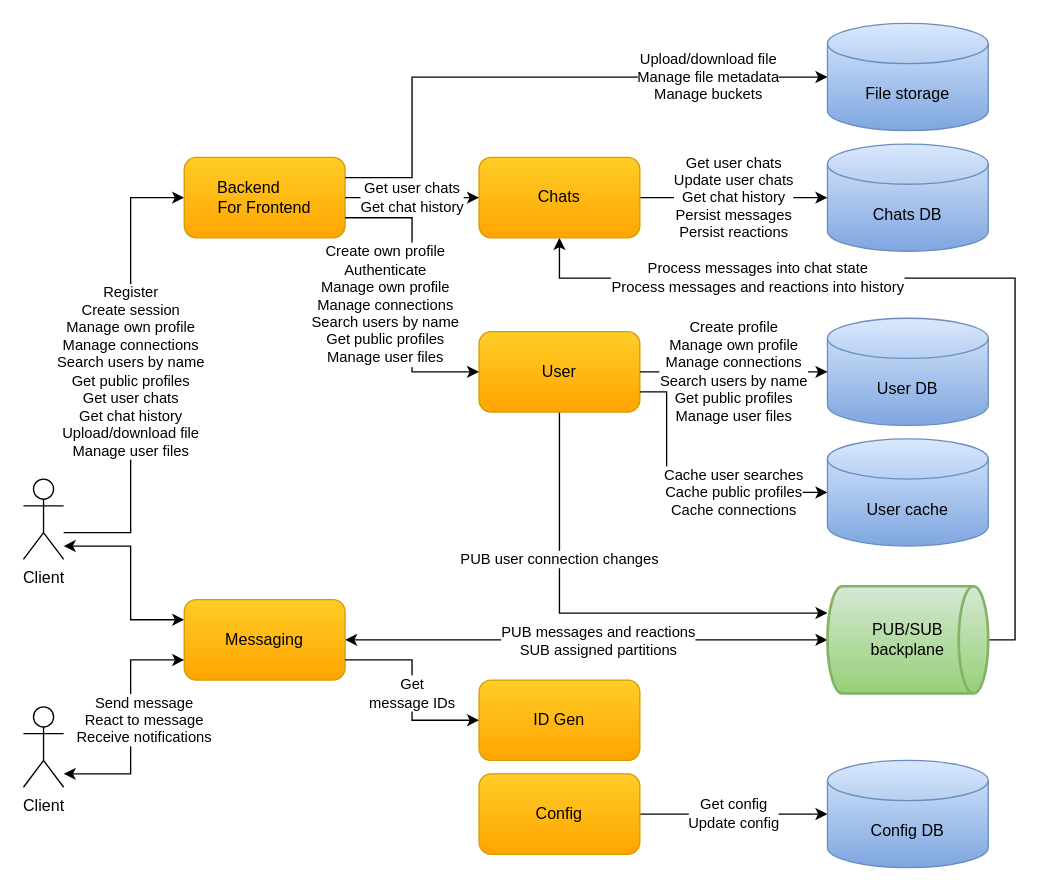
Above: docs/diagrams/cecochat-overall.drawio in cvetomir-todorov/CecoChat (draw.io), before the change. Source tidied: cells renumbered, new cells numbered last; positions are measured from the earlier drawing's top-left corner, leaving out a move shared by most shapes. Both pictures are drawn from the tidied source at 134%, with x=0, y=0 at pixel (23, 23).
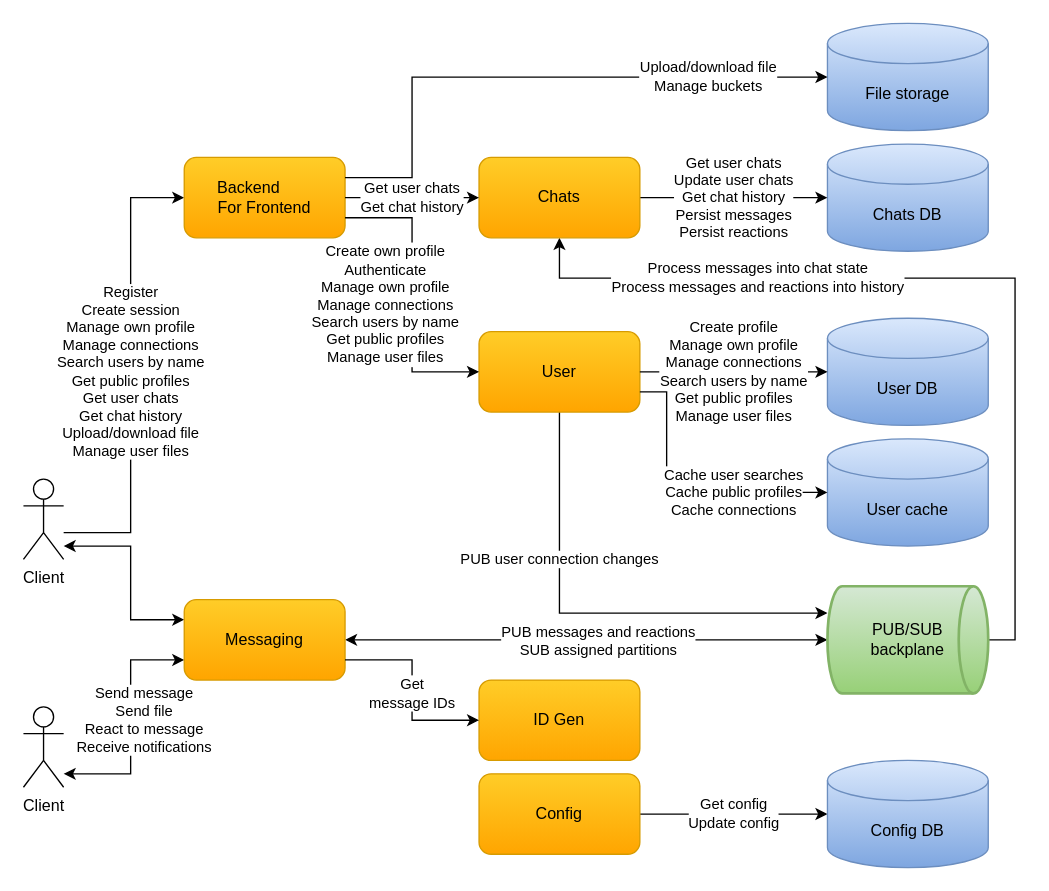
The same diagram, later.

The change refers to these unchanged cells:
```xml
<mxCell id="6" value="Client" style="shape=umlActor;verticalLabelPosition=bottom;verticalAlign=top;html=1;outlineConnect=0;" parent="1" vertex="1">
  <mxGeometry y="510" width="30" height="60" as="geometry" />
</mxCell>
<mxCell id="8" value="&lt;font style=&quot;font-size: 12px&quot;&gt;Messaging&lt;/font&gt;" style="rounded=1;whiteSpace=wrap;html=1;gradientColor=#ffa500;fillColor=#ffcd28;strokeColor=#d79b00;" parent="1" vertex="1">
  <mxGeometry x="120" y="430" width="120" height="60" as="geometry" />
</mxCell>
<mxCell id="19" value="&lt;font style=&quot;font-size: 12px&quot;&gt;Backend&amp;nbsp; &amp;nbsp; &amp;nbsp; &amp;nbsp;&lt;br&gt;For Frontend&lt;/font&gt;" style="rounded=1;whiteSpace=wrap;html=1;gradientColor=#ffa500;fillColor=#ffcd28;strokeColor=#d79b00;" parent="1" vertex="1">
  <mxGeometry x="120" y="100" width="120" height="60" as="geometry" />
</mxCell>
<mxCell id="28" value="File storage" style="shape=cylinder3;whiteSpace=wrap;html=1;boundedLbl=1;backgroundOutline=1;size=15;gradientColor=#7ea6e0;fillColor=#dae8fc;strokeColor=#6c8ebf;" parent="1" vertex="1">
  <mxGeometry x="600" width="120" height="80" as="geometry" />
</mxCell>
```

Diff of the diagram source:
```diff
@@
-    <mxCell id="5" value="Send message&lt;br&gt;React to message&lt;br&gt;Receive notifications" style="edgeStyle=orthogonalEdgeStyle;rounded=0;jettySize=auto;html=1;entryX=0;entryY=0.75;entryDx=0;entryDy=0;startArrow=classic;startFill=1;" parent="1" edge="1" source="6" target="8">
+    <mxCell id="5" value="Send message&lt;br&gt;Send file&lt;br&gt;React to message&lt;br&gt;Receive notifications" style="edgeStyle=orthogonalEdgeStyle;rounded=0;jettySize=auto;html=1;entryX=0;entryY=0.75;entryDx=0;entryDy=0;startArrow=classic;startFill=1;" parent="1" edge="1" source="6" target="8">
       <mxGeometry x="0.03" y="-10" relative="1" as="geometry">
         <Array as="points">
           <mxPoint x="80" y="560" />
           <mxPoint x="80" y="475" />
         </Array>
       </mxGeometry>
     </mxCell>
@@
-    <mxCell id="29" value="Upload/download file&lt;br&gt;Manage file metadata&lt;br&gt;Manage buckets" style="edgeStyle=orthogonalEdgeStyle;rounded=0;jettySize=auto;html=1;entryX=0;entryY=0.5;entryDx=0;entryDy=0;entryPerimeter=0;exitX=1;exitY=0.25;exitDx=0;exitDy=0;" parent="1" edge="1" source="19" target="28">
+    <mxCell id="29" value="Upload/download file&lt;br&gt;Manage buckets" style="edgeStyle=orthogonalEdgeStyle;rounded=0;jettySize=auto;html=1;entryX=0;entryY=0.5;entryDx=0;entryDy=0;entryPerimeter=0;exitX=1;exitY=0.25;exitDx=0;exitDy=0;" parent="1" edge="1" source="19" target="28">
       <mxGeometry x="0.59" relative="1" as="geometry">
         <Array as="points">
           <mxPoint x="290" y="115" />
           <mxPoint x="290" y="40" />
         </Array>
       </mxGeometry>
     </mxCell>
```
